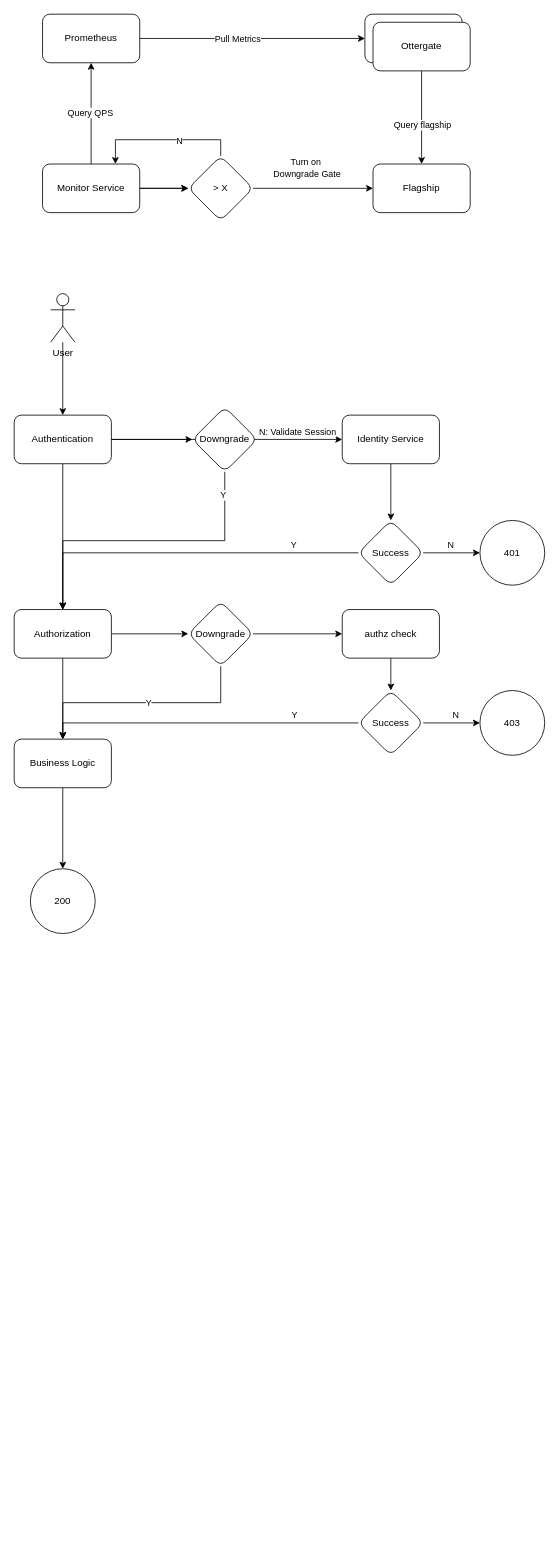
Above: Cp2 Service Down Outage Action Items .drawio in evagle/awesome (draw.io), before the change. Source tidied: cells renumbered, new cells numbered last; positions are measured from the earlier drawing's top-left corner, leaving out a move shared by most shapes. Both pictures are drawn from the tidied source at 81%, with x=0, y=0 at pixel (14, 14).
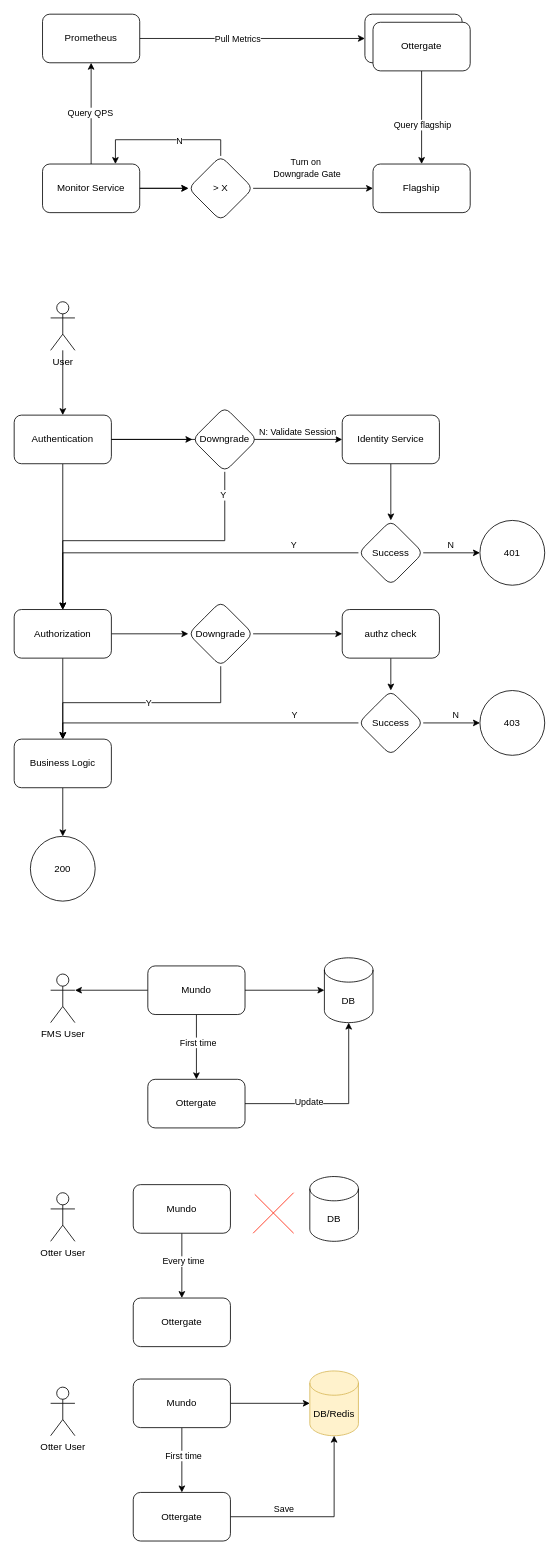
Above is the later version.

The edit, as a diff of the source:
```diff
@@
     <mxCell id="21" value="User" style="shape=umlActor;verticalLabelPosition=bottom;verticalAlign=top;html=1;outlineConnect=0;" parent="1" vertex="1">
-      <mxGeometry x="45" y="345" width="30" height="60" as="geometry" />
+      <mxGeometry x="45" y="355" width="30" height="60" as="geometry" />
     </mxCell>
@@
     <mxCell id="54" value="200" style="ellipse;whiteSpace=wrap;html=1;" parent="1" vertex="1">
-      <mxGeometry x="20" y="1055" width="80" height="80" as="geometry" />
+      <mxGeometry x="20" y="1015" width="80" height="80" as="geometry" />
     </mxCell>
+    <mxCell id="55" value="FMS User" style="shape=umlActor;verticalLabelPosition=bottom;verticalAlign=top;html=1;outlineConnect=0;" parent="1" vertex="1">
+      <mxGeometry x="45" y="1185" width="30" height="60" as="geometry" />
+    </mxCell>
+    <mxCell id="56" value="Otter User" style="shape=umlActor;verticalLabelPosition=bottom;verticalAlign=top;html=1;" parent="1" vertex="1">
+      <mxGeometry x="45" y="1455" width="30" height="60" as="geometry" />
+    </mxCell>
+    <mxCell id="57" style="edgeStyle=orthogonalEdgeStyle;rounded=0;jettySize=auto;html=1;" parent="1" edge="1" source="61" target="65">
+      <mxGeometry relative="1" as="geometry" />
+    </mxCell>
+    <mxCell id="58" value="First time" style="edgeLabel;html=1;align=center;verticalAlign=middle;" parent="57" vertex="1">
+      <mxGeometry x="-0.14" y="1" relative="1" as="geometry" />
+    </mxCell>
+    <mxCell id="59" style="edgeStyle=orthogonalEdgeStyle;rounded=0;jettySize=auto;html=1;exitX=1;exitY=0.5;exitDx=0;exitDy=0;" parent="1" edge="1" source="61" target="62">
+      <mxGeometry relative="1" as="geometry" />
+    </mxCell>
+    <mxCell id="60" style="edgeStyle=orthogonalEdgeStyle;rounded=0;jettySize=auto;html=1;exitX=0;exitY=0.5;exitDx=0;exitDy=0;entryX=1;entryY=0.3333333333333333;entryDx=0;entryDy=0;entryPerimeter=0;" parent="1" edge="1" source="61" target="55">
+      <mxGeometry relative="1" as="geometry" />
+    </mxCell>
+    <mxCell id="61" value="Mundo" style="rounded=1;whiteSpace=wrap;html=1;" parent="1" vertex="1">
+      <mxGeometry x="165" y="1175" width="120" height="60" as="geometry" />
+    </mxCell>
+    <mxCell id="62" value="DB" style="shape=cylinder3;whiteSpace=wrap;html=1;boundedLbl=1;backgroundOutline=1;size=15;" parent="1" vertex="1">
+      <mxGeometry x="383" y="1165" width="60" height="80" as="geometry" />
+    </mxCell>
+    <mxCell id="63" style="edgeStyle=orthogonalEdgeStyle;rounded=0;jettySize=auto;html=1;exitX=1;exitY=0.5;exitDx=0;exitDy=0;entryX=0.5;entryY=1;entryDx=0;entryDy=0;entryPerimeter=0;" parent="1" edge="1" source="65" target="62">
+      <mxGeometry relative="1" as="geometry" />
+    </mxCell>
+    <mxCell id="64" value="Update" style="edgeLabel;html=1;align=center;verticalAlign=middle;" parent="63" vertex="1">
+      <mxGeometry x="-0.32" y="3" relative="1" as="geometry" />
+    </mxCell>
+    <mxCell id="65" value="Ottergate" style="whiteSpace=wrap;html=1;rounded=1;" parent="1" vertex="1">
+      <mxGeometry x="165" y="1315" width="120" height="60" as="geometry" />
+    </mxCell>
+    <mxCell id="66" style="edgeStyle=orthogonalEdgeStyle;rounded=0;jettySize=auto;html=1;" parent="1" edge="1" source="68" target="70">
+      <mxGeometry relative="1" as="geometry" />
+    </mxCell>
+    <mxCell id="67" value="Every time" style="edgeLabel;html=1;align=center;verticalAlign=middle;" parent="66" vertex="1">
+      <mxGeometry x="-0.14" y="1" relative="1" as="geometry" />
+    </mxCell>
+    <mxCell id="68" value="Mundo" style="rounded=1;whiteSpace=wrap;html=1;" parent="1" vertex="1">
+      <mxGeometry x="147" y="1445" width="120" height="60" as="geometry" />
+    </mxCell>
+    <mxCell id="69" value="DB" style="shape=cylinder3;whiteSpace=wrap;html=1;boundedLbl=1;backgroundOutline=1;size=15;" parent="1" vertex="1">
+      <mxGeometry x="365" y="1435" width="60" height="80" as="geometry" />
+    </mxCell>
+    <mxCell id="70" value="Ottergate" style="whiteSpace=wrap;html=1;rounded=1;" parent="1" vertex="1">
+      <mxGeometry x="147" y="1585" width="120" height="60" as="geometry" />
+    </mxCell>
+    <mxCell id="71" style="endArrow=none;html=1;rounded=0;strokeColor=#ff1e05;" parent="1" edge="1">
+      <mxGeometry relative="1" as="geometry">
+        <mxPoint x="295" y="1505" as="sourcePoint" />
+        <mxPoint x="345" y="1455" as="targetPoint" />
+      </mxGeometry>
+    </mxCell>
+    <mxCell id="72" style="endArrow=none;html=1;rounded=0;strokeColor=#ff1e05;" parent="1" edge="1">
+      <mxGeometry relative="1" as="geometry">
+        <mxPoint x="345" y="1505" as="sourcePoint" />
+        <mxPoint x="297" y="1457" as="targetPoint" />
+      </mxGeometry>
+    </mxCell>
+    <mxCell id="73" value="Otter User" style="shape=umlActor;verticalLabelPosition=bottom;verticalAlign=top;html=1;" parent="1" vertex="1">
+      <mxGeometry x="45" y="1695" width="30" height="60" as="geometry" />
+    </mxCell>
+    <mxCell id="74" style="edgeStyle=orthogonalEdgeStyle;rounded=0;jettySize=auto;html=1;" parent="1" edge="1" source="77" target="81">
+      <mxGeometry relative="1" as="geometry" />
+    </mxCell>
+    <mxCell id="75" value="First time" style="edgeLabel;html=1;align=center;verticalAlign=middle;" parent="74" vertex="1">
+      <mxGeometry x="-0.14" y="1" relative="1" as="geometry" />
+    </mxCell>
+    <mxCell id="76" style="edgeStyle=orthogonalEdgeStyle;rounded=0;jettySize=auto;html=1;exitX=1;exitY=0.5;exitDx=0;exitDy=0;entryX=0;entryY=0.5;entryDx=0;entryDy=0;entryPerimeter=0;" parent="1" edge="1" source="77" target="78">
+      <mxGeometry relative="1" as="geometry" />
+    </mxCell>
+    <mxCell id="77" value="Mundo" style="rounded=1;whiteSpace=wrap;html=1;" parent="1" vertex="1">
+      <mxGeometry x="147" y="1685" width="120" height="60" as="geometry" />
+    </mxCell>
+    <mxCell id="78" value="DB/Redis" style="shape=cylinder3;whiteSpace=wrap;html=1;boundedLbl=1;backgroundOutline=1;size=15;fillColor=#fff2cc;strokeColor=#d6b656;" parent="1" vertex="1">
+      <mxGeometry x="365" y="1675" width="60" height="80" as="geometry" />
+    </mxCell>
+    <mxCell id="79" style="edgeStyle=orthogonalEdgeStyle;rounded=0;jettySize=auto;html=1;exitX=1;exitY=0.5;exitDx=0;exitDy=0;entryX=0.5;entryY=1;entryDx=0;entryDy=0;entryPerimeter=0;" parent="1" edge="1" source="81" target="78">
+      <mxGeometry relative="1" as="geometry" />
+    </mxCell>
+    <mxCell id="80" value="Save" style="edgeLabel;html=1;align=center;verticalAlign=middle;" parent="79" vertex="1">
+      <mxGeometry x="-0.43" y="2" relative="1" as="geometry">
+        <mxPoint y="-8" as="offset" />
+      </mxGeometry>
+    </mxCell>
+    <mxCell id="81" value="Ottergate" style="whiteSpace=wrap;html=1;rounded=1;" parent="1" vertex="1">
+      <mxGeometry x="147" y="1825" width="120" height="60" as="geometry" />
+    </mxCell>
```
